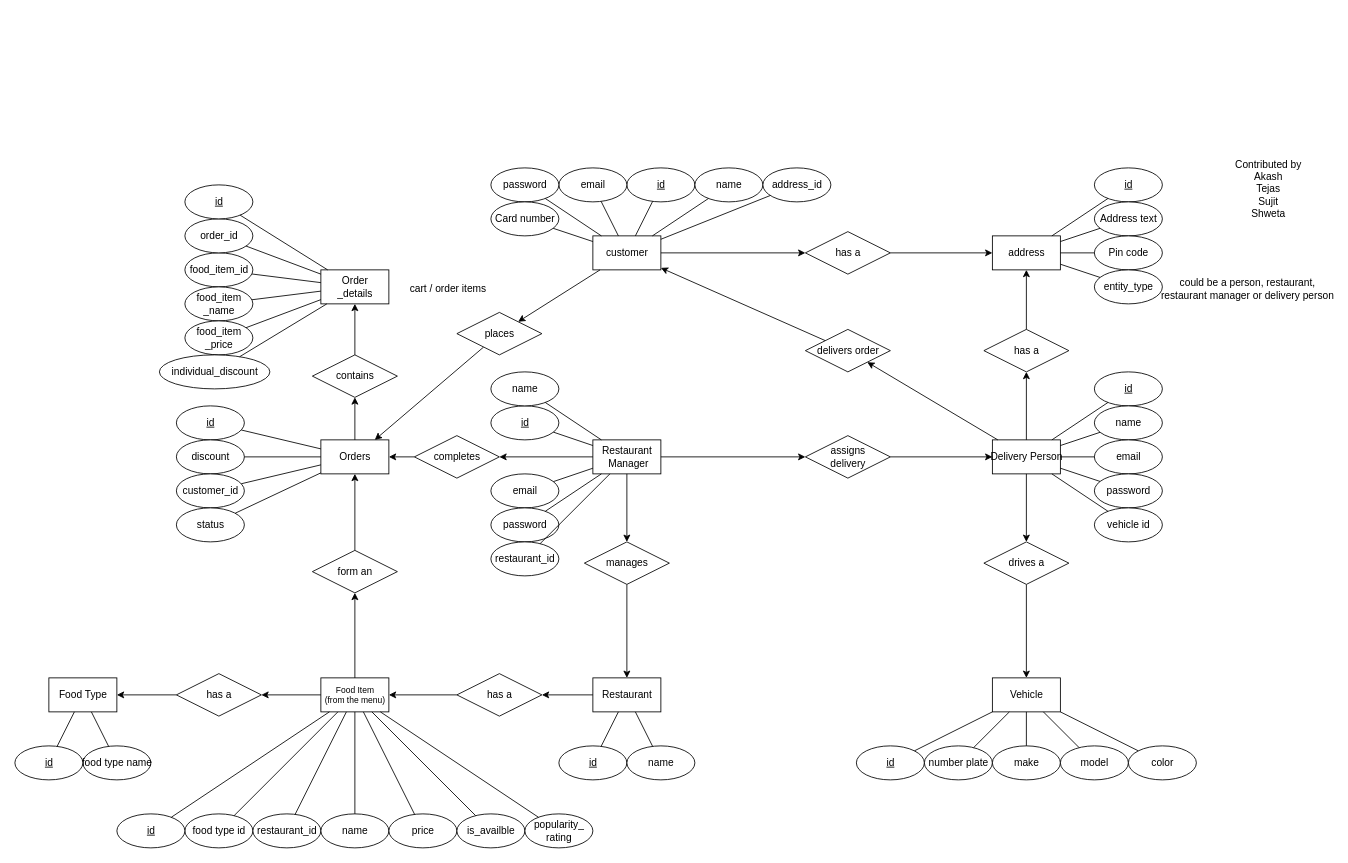
Earlier version of the draw.io diagram diagrams/ER/ER diagram.drawio (callofthewild/hunger-buzz). Source tidied: cells renumbered, new cells numbered last; positions are measured from the earlier drawing's top-left corner, leaving out a move shared by most shapes. Both pictures are drawn from the tidied source at 85%, with x=0, y=0 at pixel (14, 142).
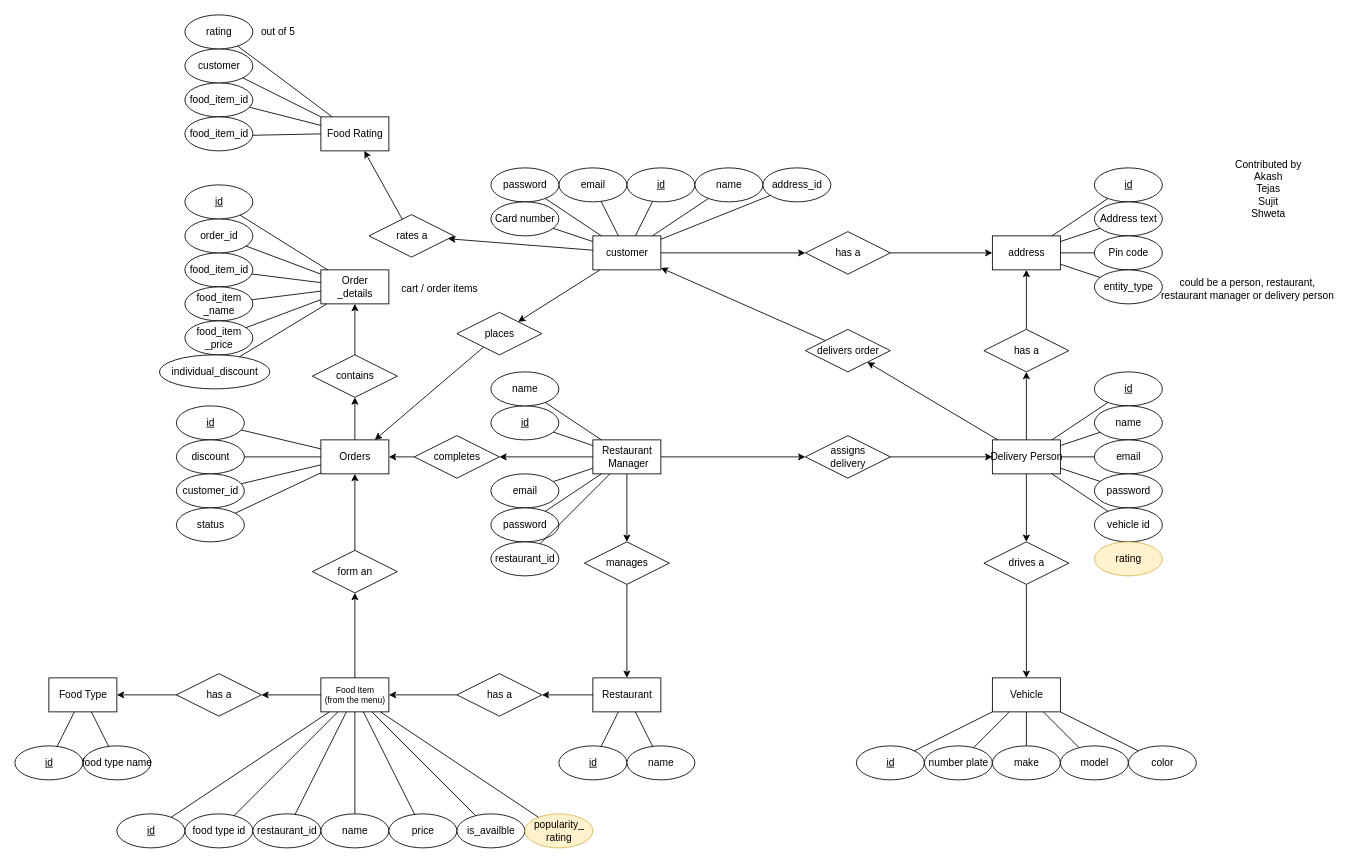
The same diagram, later.

Commit message:
Added Food Rating - ER

Unchanged cells that the change refers to:
```xml
<mxCell id="2" value="customer" style="rounded=0;html=1;" parent="1" vertex="1">
  <mxGeometry x="680" y="110" width="80" height="40" as="geometry" />
</mxCell>
```

Diff of the diagram source:
```diff
@@
-    <mxCell id="135" value="popularity_&lt;br&gt;rating" style="ellipse;html=1;align=center;" parent="1" vertex="1">
+    <mxCell id="135" value="popularity_&lt;br&gt;rating" style="ellipse;html=1;align=center;fillColor=#fff2cc;strokeColor=#d6b656;" parent="1" vertex="1">
       <mxGeometry x="600" y="790" width="80" height="40" as="geometry" />
     </mxCell>
@@
     <mxCell id="142" value="cart / order items" style="text;html=1;strokeColor=none;fillColor=none;align=center;verticalAlign=middle;whiteSpace=wrap;rounded=0;" parent="1" vertex="1">
-      <mxGeometry x="450" y="157.5" width="120" height="30" as="geometry" />
+      <mxGeometry x="450" y="157.5" width="100" height="30" as="geometry" />
     </mxCell>
+    <mxCell id="143" value="Food Rating" style="rounded=0;html=1;" parent="1" vertex="1">
+      <mxGeometry x="360" y="-30" width="80" height="40" as="geometry" />
+    </mxCell>
+    <mxCell id="144" style="endArrow=none;html=1;rounded=0;startArrow=classic;startFill=1;" parent="1" edge="1" source="143" target="145">
+      <mxGeometry relative="1" as="geometry" />
+    </mxCell>
+    <mxCell id="145" value="rates a" style="shape=rhombus;perimeter=rhombusPerimeter;html=1;align=center;" parent="1" vertex="1">
+      <mxGeometry x="416.6" y="85" width="100" height="50" as="geometry" />
+    </mxCell>
+    <mxCell id="146" style="endArrow=none;html=1;rounded=0;startArrow=classic;startFill=1;" parent="1" edge="1" source="145" target="2">
+      <mxGeometry relative="1" as="geometry" />
+    </mxCell>
+    <mxCell id="147" value="food_item_id" style="ellipse;html=1;" parent="1" vertex="1">
+      <mxGeometry x="200" y="-70" width="80" height="40" as="geometry" />
+    </mxCell>
+    <mxCell id="148" style="endArrow=none;html=1;rounded=0;" parent="1" edge="1" source="147" target="143">
+      <mxGeometry relative="1" as="geometry" />
+    </mxCell>
+    <mxCell id="149" value="customer" style="ellipse;html=1;" parent="1" vertex="1">
+      <mxGeometry x="200" y="-110" width="80" height="40" as="geometry" />
+    </mxCell>
+    <mxCell id="150" style="endArrow=none;html=1;rounded=0;" parent="1" edge="1" source="149" target="143">
+      <mxGeometry relative="1" as="geometry" />
+    </mxCell>
+    <mxCell id="151" value="rating" style="ellipse;html=1;" parent="1" vertex="1">
+      <mxGeometry x="200" y="-150" width="80" height="40" as="geometry" />
+    </mxCell>
+    <mxCell id="152" style="endArrow=none;html=1;rounded=0;" parent="1" edge="1" source="151" target="143">
+      <mxGeometry relative="1" as="geometry" />
+    </mxCell>
+    <mxCell id="153" value="out of 5" style="text;html=1;strokeColor=none;fillColor=none;align=center;verticalAlign=middle;whiteSpace=wrap;rounded=0;" parent="1" vertex="1">
+      <mxGeometry x="280" y="-145" width="60" height="30" as="geometry" />
+    </mxCell>
+    <mxCell id="154" value="food_item_id" style="ellipse;html=1;" parent="1" vertex="1">
+      <mxGeometry x="200" y="-30" width="80" height="40" as="geometry" />
+    </mxCell>
+    <mxCell id="155" style="endArrow=none;html=1;rounded=0;" parent="1" edge="1" source="154" target="143">
+      <mxGeometry relative="1" as="geometry" />
+    </mxCell>
+    <mxCell id="156" value="rating" style="ellipse;html=1;align=center;fillColor=#fff2cc;strokeColor=#d6b656;" parent="1" vertex="1">
+      <mxGeometry x="1270" y="470" width="80" height="40" as="geometry" />
+    </mxCell>
```
